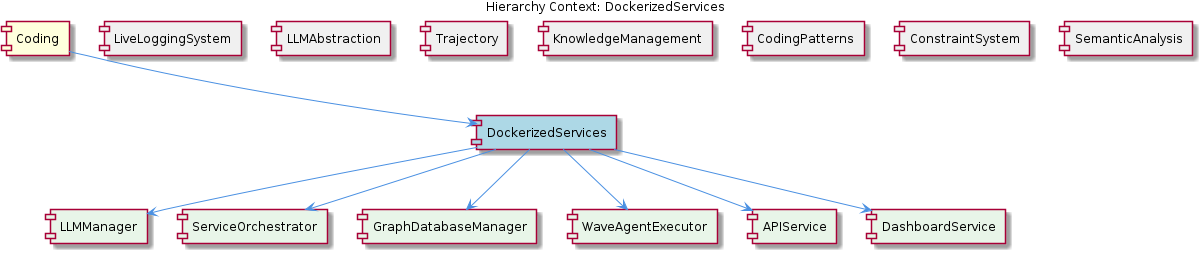
Before: knowledge-management/insights/images/dockerized-services-relationship.png, a diagram exported from PlantUML (fwornle/coding). Its source is kept beside it as .data/knowledge-graph/insights/puml/dockerized-services-relationship.puml. Source of this version:
```plantuml
@startuml
!include _standard-style.puml

title Hierarchy Context: DockerizedServices

[Coding] as coding #FFFFDD
[DockerizedServices] as dockerized_services #LightBlue
[LiveLoggingSystem] as live_logging_system #F0F0F0
[LLMAbstraction] as llmabstraction #F0F0F0
[Trajectory] as trajectory #F0F0F0
[KnowledgeManagement] as knowledge_management #F0F0F0
[CodingPatterns] as coding_patterns #F0F0F0
[ConstraintSystem] as constraint_system #F0F0F0
[SemanticAnalysis] as semantic_analysis #F0F0F0
[LLMManager] as llmmanager #E8F5E8
[ServiceOrchestrator] as service_orchestrator #E8F5E8
[GraphDatabaseManager] as graph_database_manager #E8F5E8
[WaveAgentExecutor] as wave_agent_executor #E8F5E8
[APIService] as apiservice #E8F5E8
[DashboardService] as dashboard_service #E8F5E8

coding --> dockerized_services
live_logging_system -[hidden]- dockerized_services
llmabstraction -[hidden]- dockerized_services
trajectory -[hidden]- dockerized_services
knowledge_management -[hidden]- dockerized_services
coding_patterns -[hidden]- dockerized_services
constraint_system -[hidden]- dockerized_services
semantic_analysis -[hidden]- dockerized_services
dockerized_services --> llmmanager
dockerized_services --> service_orchestrator
dockerized_services --> graph_database_manager
dockerized_services --> wave_agent_executor
dockerized_services --> apiservice
dockerized_services --> dashboard_service

@enduml
```
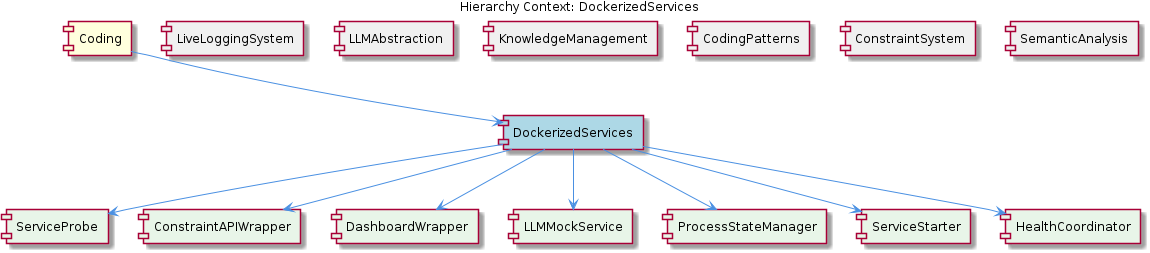
The same file after the commit.

What changed in the source:
```diff
@@ -7,31 +7,31 @@
 [DockerizedServices] as dockerized_services #LightBlue
 [LiveLoggingSystem] as live_logging_system #F0F0F0
 [LLMAbstraction] as llmabstraction #F0F0F0
-[Trajectory] as trajectory #F0F0F0
 [KnowledgeManagement] as knowledge_management #F0F0F0
 [CodingPatterns] as coding_patterns #F0F0F0
 [ConstraintSystem] as constraint_system #F0F0F0
 [SemanticAnalysis] as semantic_analysis #F0F0F0
-[LLMManager] as llmmanager #E8F5E8
-[ServiceOrchestrator] as service_orchestrator #E8F5E8
-[GraphDatabaseManager] as graph_database_manager #E8F5E8
-[WaveAgentExecutor] as wave_agent_executor #E8F5E8
-[APIService] as apiservice #E8F5E8
-[DashboardService] as dashboard_service #E8F5E8
+[ServiceProbe] as service_probe #E8F5E8
+[ConstraintAPIWrapper] as constraint_apiwrapper #E8F5E8
+[DashboardWrapper] as dashboard_wrapper #E8F5E8
+[LLMMockService] as llmmock_service #E8F5E8
+[ProcessStateManager] as process_state_manager #E8F5E8
+[ServiceStarter] as service_starter #E8F5E8
+[HealthCoordinator] as health_coordinator #E8F5E8
 
 coding --> dockerized_services
 live_logging_system -[hidden]- dockerized_services
 llmabstraction -[hidden]- dockerized_services
-trajectory -[hidden]- dockerized_services
 knowledge_management -[hidden]- dockerized_services
 coding_patterns -[hidden]- dockerized_services
 constraint_system -[hidden]- dockerized_services
 semantic_analysis -[hidden]- dockerized_services
-dockerized_services --> llmmanager
-dockerized_services --> service_orchestrator
-dockerized_services --> graph_database_manager
-dockerized_services --> wave_agent_executor
-dockerized_services --> apiservice
-dockerized_services --> dashboard_service
+dockerized_services --> service_probe
+dockerized_services --> constraint_apiwrapper
+dockerized_services --> dashboard_wrapper
+dockerized_services --> llmmock_service
+dockerized_services --> process_state_manager
+dockerized_services --> service_starter
+dockerized_services --> health_coordinator
 
 @enduml
```
